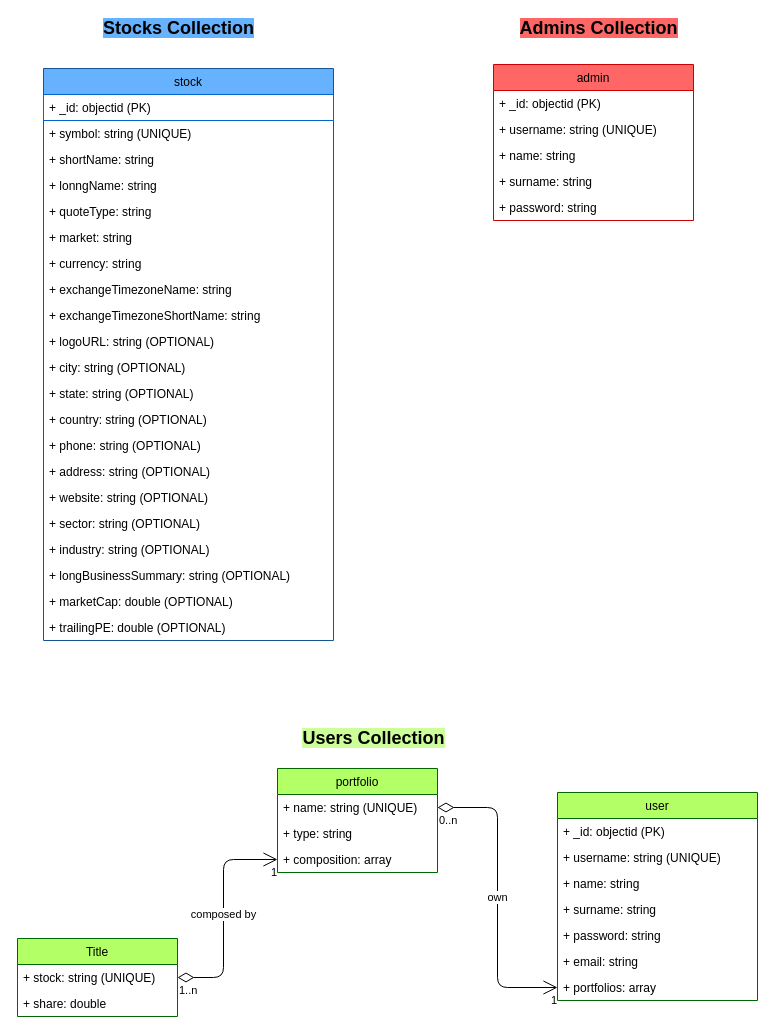
Above: documentation/uml/mongoDB_schema.drawio in rambodrahmani/stocksim (draw.io), before the change. Source tidied: cells renumbered, new cells numbered last; positions are measured from the earlier drawing's top-left corner, leaving out a move shared by most shapes. Both pictures are drawn from the tidied source at 100%, with x=0, y=0 at pixel (17, 18).
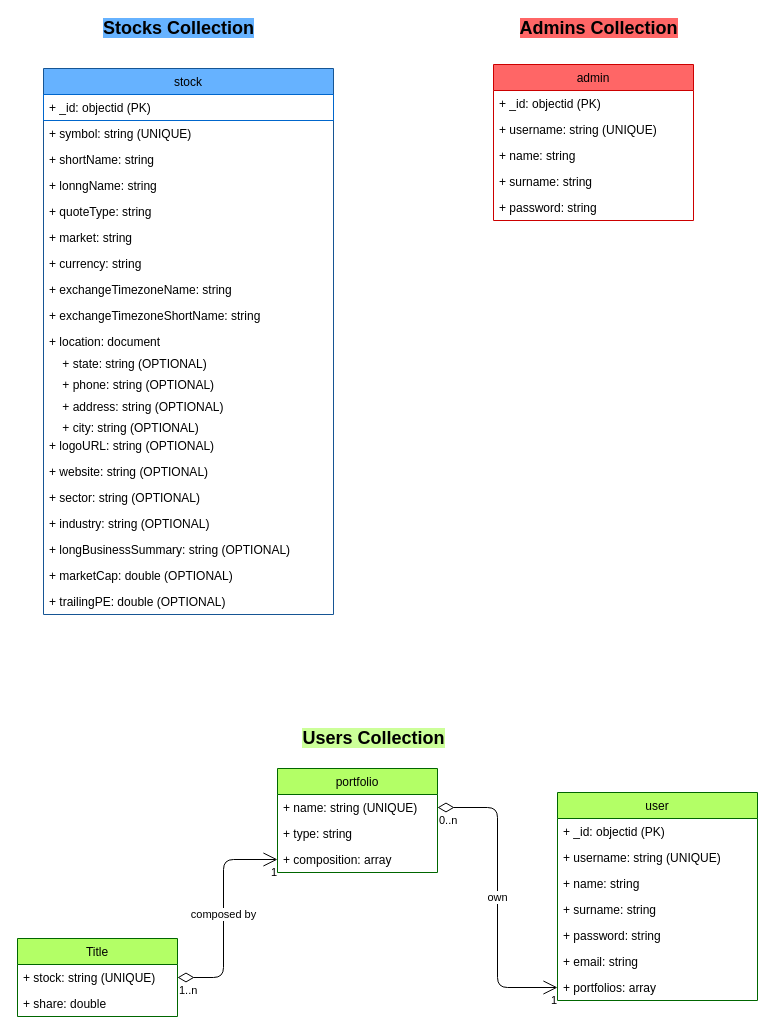
After the change.

Change to the diagram source:
```diff
@@
     <mxCell id="8" value="stock" style="swimlane;fontStyle=0;horizontal=1;startSize=26;fillColor=#66B2FF;shadow=0;strokeColor=#165594;" parent="1" vertex="1">
-      <mxGeometry x="26" y="50" width="290" height="572" as="geometry" />
+      <mxGeometry x="26" y="50" width="290" height="546" as="geometry" />
     </mxCell>
@@
+    <mxCell id="19" value="&lt;p style=&quot;line-height: 180%&quot;&gt;+ location: document&lt;br&gt;&amp;nbsp; &amp;nbsp; + state: string (OPTIONAL)&lt;br&gt;&amp;nbsp; &amp;nbsp; + phone: string (OPTIONAL)&lt;br&gt;&amp;nbsp; &amp;nbsp; + address: string (OPTIONAL)&lt;br&gt;&amp;nbsp; &amp;nbsp; + city: string (OPTIONAL)&lt;/p&gt;" style="text;strokeColor=none;fillColor=none;align=left;verticalAlign=top;spacingLeft=4;spacingRight=4;overflow=hidden;html=1;spacing=2;spacingTop=-15;" parent="8" vertex="1">
+      <mxGeometry y="260" width="290" height="104" as="geometry" />
+    </mxCell>
     <mxCell id="18" value="+ logoURL: string (OPTIONAL)" style="text;strokeColor=none;fillColor=none;align=left;verticalAlign=top;spacingLeft=4;spacingRight=4;overflow=hidden;" parent="8" vertex="1">
-      <mxGeometry y="260" width="290" height="26" as="geometry" />
+      <mxGeometry y="364" width="290" height="26" as="geometry" />
     </mxCell>
-    <mxCell id="19" value="+ city: string (OPTIONAL)" style="text;strokeColor=none;fillColor=none;align=left;verticalAlign=top;spacingLeft=4;spacingRight=4;overflow=hidden;" parent="8" vertex="1">
-      <mxGeometry y="286" width="290" height="26" as="geometry" />
-    </mxCell>
-    <mxCell id="20" value="+ state: string (OPTIONAL)" style="text;strokeColor=none;fillColor=none;align=left;verticalAlign=top;spacingLeft=4;spacingRight=4;overflow=hidden;" parent="8" vertex="1">
-      <mxGeometry y="312" width="290" height="26" as="geometry" />
-    </mxCell>
-    <mxCell id="21" value="+ country: string (OPTIONAL)" style="text;strokeColor=none;fillColor=none;align=left;verticalAlign=top;spacingLeft=4;spacingRight=4;overflow=hidden;" parent="8" vertex="1">
-      <mxGeometry y="338" width="290" height="26" as="geometry" />
-    </mxCell>
-    <mxCell id="22" value="+ phone: string (OPTIONAL)" style="text;strokeColor=none;fillColor=none;align=left;verticalAlign=top;spacingLeft=4;spacingRight=4;overflow=hidden;" parent="8" vertex="1">
-      <mxGeometry y="364" width="290" height="26" as="geometry" />
-    </mxCell>
-    <mxCell id="23" value="+ address: string (OPTIONAL)" style="text;strokeColor=none;fillColor=none;align=left;verticalAlign=top;spacingLeft=4;spacingRight=4;overflow=hidden;" parent="8" vertex="1">
-      <mxGeometry y="390" width="290" height="26" as="geometry" />
-    </mxCell>
     <mxCell id="24" value="+ website: string (OPTIONAL)" style="text;strokeColor=none;fillColor=none;align=left;verticalAlign=top;spacingLeft=4;spacingRight=4;overflow=hidden;" parent="8" vertex="1">
-      <mxGeometry y="416" width="290" height="26" as="geometry" />
+      <mxGeometry y="390" width="290" height="26" as="geometry" />
     </mxCell>
     <mxCell id="25" value="+ sector: string (OPTIONAL)" style="text;strokeColor=none;fillColor=none;align=left;verticalAlign=top;spacingLeft=4;spacingRight=4;overflow=hidden;" parent="8" vertex="1">
-      <mxGeometry y="442" width="290" height="26" as="geometry" />
+      <mxGeometry y="416" width="290" height="26" as="geometry" />
     </mxCell>
     <mxCell id="26" value="+ industry: string (OPTIONAL)" style="text;strokeColor=none;fillColor=none;align=left;verticalAlign=top;spacingLeft=4;spacingRight=4;overflow=hidden;" parent="8" vertex="1">
-      <mxGeometry y="468" width="290" height="26" as="geometry" />
+      <mxGeometry y="442" width="290" height="26" as="geometry" />
     </mxCell>
     <mxCell id="27" value="+ longBusinessSummary: string (OPTIONAL)" style="text;strokeColor=none;fillColor=none;align=left;verticalAlign=top;spacingLeft=4;spacingRight=4;overflow=hidden;" parent="8" vertex="1">
-      <mxGeometry y="494" width="290" height="26" as="geometry" />
+      <mxGeometry y="468" width="290" height="26" as="geometry" />
     </mxCell>
     <mxCell id="28" value="+ marketCap: double (OPTIONAL)" style="text;strokeColor=none;fillColor=none;align=left;verticalAlign=top;spacingLeft=4;spacingRight=4;overflow=hidden;" parent="8" vertex="1">
-      <mxGeometry y="520" width="290" height="26" as="geometry" />
+      <mxGeometry y="494" width="290" height="26" as="geometry" />
     </mxCell>
     <mxCell id="29" value="+ trailingPE: double (OPTIONAL)" style="text;strokeColor=none;fillColor=none;align=left;verticalAlign=top;spacingLeft=4;spacingRight=4;overflow=hidden;" parent="8" vertex="1">
-      <mxGeometry y="546" width="290" height="26" as="geometry" />
+      <mxGeometry y="520" width="290" height="26" as="geometry" />
     </mxCell>
```
